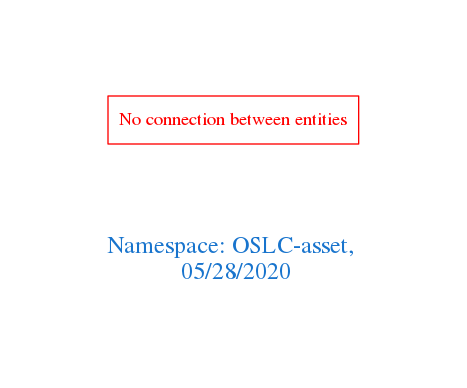
Above: downloads/OSLC-asset.png in arago/OGIT (Graphviz), before the change. Its source is kept beside it as downloads/OSLC-asset.dot.
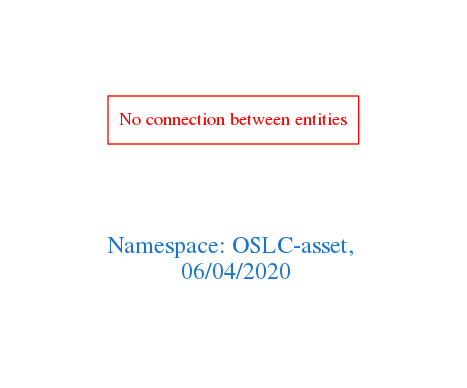
Above is the later version.

What changed in the source:
```diff
@@ -1,7 +1,7 @@
 digraph OGIT_ontology {
  graph [ rankdir= LR,pad=1
 fontsize = 18,
-fontcolor= dodgerblue3,label = "\n\n\nNamespace: OSLC-asset, \n 05/28/2020"];
+fontcolor= dodgerblue3,label = "\n\n\nNamespace: OSLC-asset, \n 06/04/2020"];
 node[shape=polygon];
 edge [  color="gray81"];
 
```
